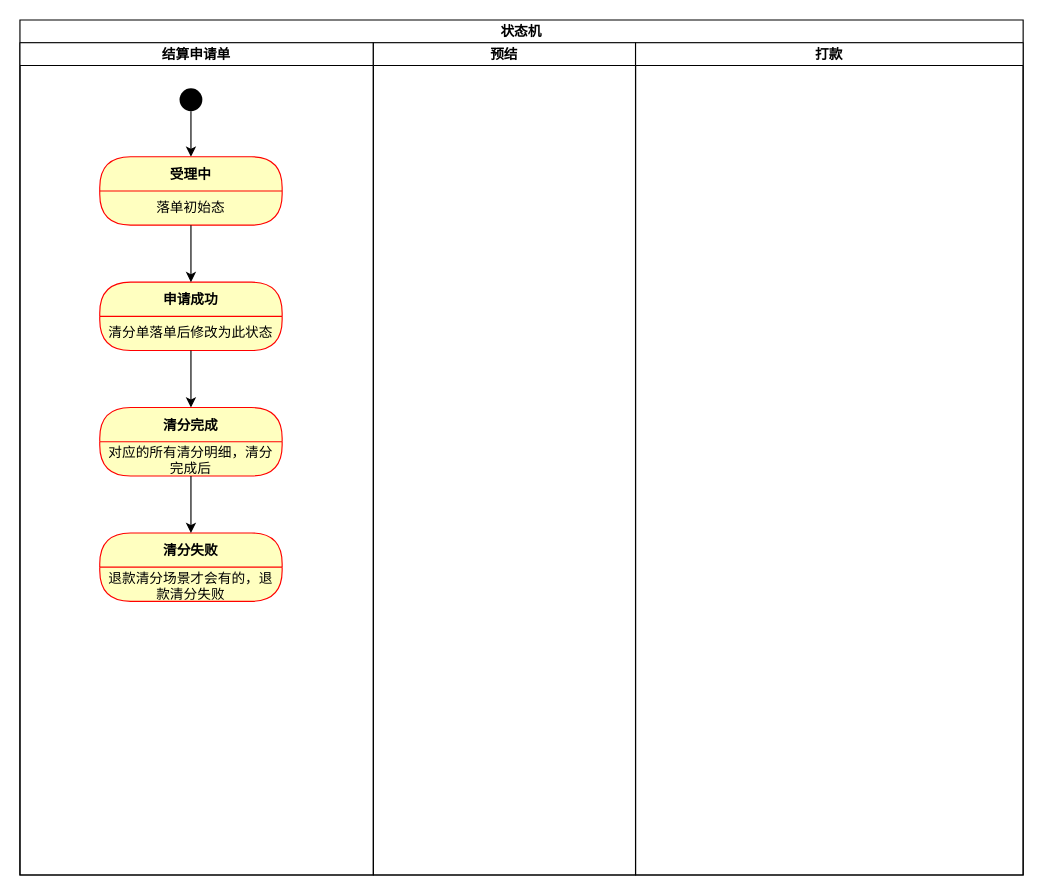
This is merchant-settle/状态机.drawio from DominicElvira/Diagrams, a draw.io file, before an edit. Source tidied: cells renumbered, new cells numbered last; positions are measured from the earlier drawing's top-left corner, leaving out a move shared by most shapes. Both pictures are drawn from the tidied source at 114%, with x=0, y=0 at pixel (19, 19).
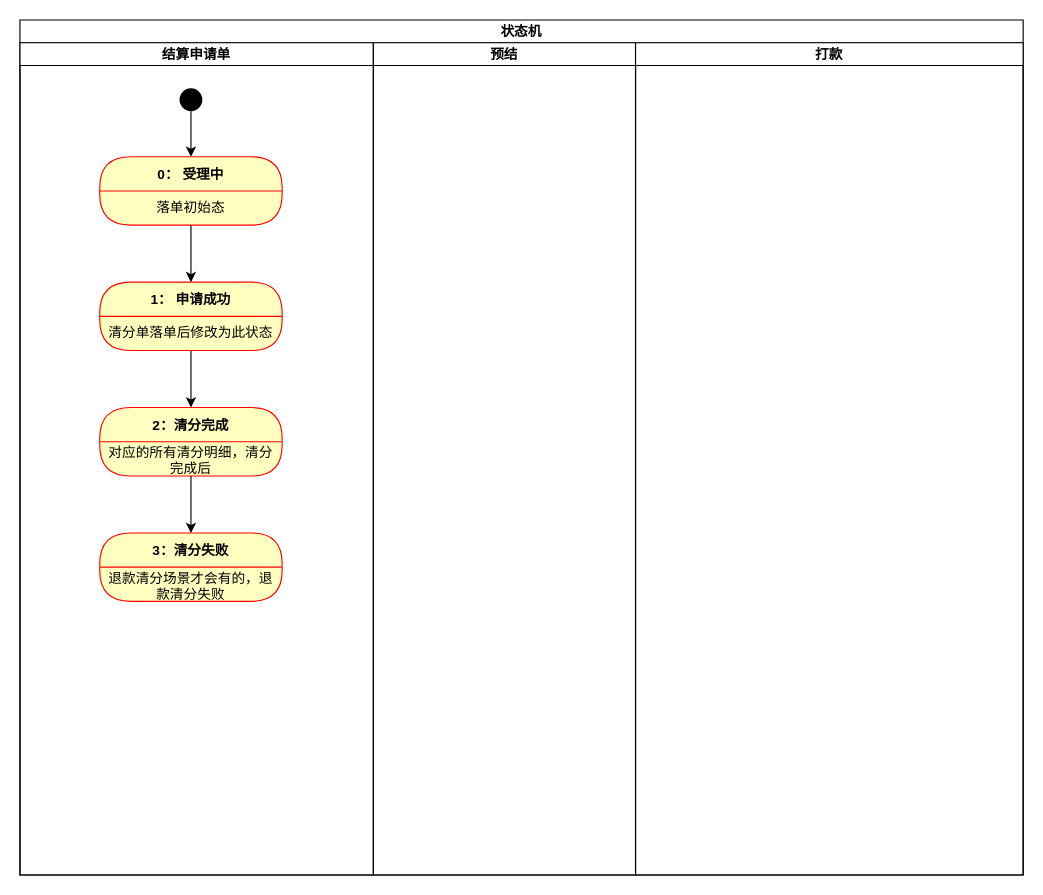
The same page after the edit.

Diff of the diagram source:
```diff
@@
 <mxGraphModel>
   <root>
     <mxCell id="0" />
     <mxCell id="1" parent="0" />
     <mxCell id="2" value="状态机" style="swimlane;startSize=20;" parent="1" vertex="1">
       <mxGeometry width="880" height="750" as="geometry" />
     </mxCell>
     <mxCell id="3" value="结算申请单" style="swimlane;startSize=20;" parent="2" vertex="1">
       <mxGeometry y="20" width="310" height="730" as="geometry" />
     </mxCell>
     <mxCell id="4" style="edgeStyle=orthogonalEdgeStyle;rounded=0;jettySize=auto;html=1;exitX=0.5;exitY=1;exitDx=0;exitDy=0;entryX=0.5;entryY=0;entryDx=0;entryDy=0;" parent="3" edge="1" source="5" target="6">
       <mxGeometry relative="1" as="geometry" />
     </mxCell>
     <mxCell id="5" style="ellipse;fillColor=#000000;strokeColor=none;" parent="3" vertex="1">
       <mxGeometry x="140" y="40" width="20" height="20" as="geometry" />
     </mxCell>
-    <mxCell id="6" value="受理中" style="swimlane;fontStyle=1;align=center;verticalAlign=middle;horizontal=1;startSize=30;fontColor=#000000;rounded=1;arcSize=30;strokeColor=#ff0000;fillColor=#ffffc0;swimlaneFillColor=#ffffc0;" parent="3" vertex="1">
+    <mxCell id="6" value="0： 受理中" style="swimlane;fontStyle=1;align=center;verticalAlign=middle;horizontal=1;startSize=30;fontColor=#000000;rounded=1;arcSize=30;strokeColor=#ff0000;fillColor=#ffffc0;swimlaneFillColor=#ffffc0;" parent="3" vertex="1">
       <mxGeometry x="70" y="100" width="160" height="60" as="geometry" />
     </mxCell>
     <mxCell id="7" value="落单初始态" style="text;html=1;strokeColor=none;fillColor=none;align=center;verticalAlign=middle;spacingLeft=4;spacingRight=4;whiteSpace=wrap;overflow=hidden;fontColor=#000000;" parent="6" vertex="1">
       <mxGeometry y="30" width="160" height="30" as="geometry" />
     </mxCell>
-    <mxCell id="8" value="清分完成" style="swimlane;fontStyle=1;align=center;verticalAlign=middle;horizontal=1;startSize=30;fontColor=#000000;rounded=1;arcSize=30;strokeColor=#ff0000;fillColor=#ffffc0;swimlaneFillColor=#ffffc0;" parent="3" vertex="1">
+    <mxCell id="8" value="2：清分完成" style="swimlane;fontStyle=1;align=center;verticalAlign=middle;horizontal=1;startSize=30;fontColor=#000000;rounded=1;arcSize=30;strokeColor=#ff0000;fillColor=#ffffc0;swimlaneFillColor=#ffffc0;" parent="3" vertex="1">
       <mxGeometry x="70" y="320" width="160" height="60" as="geometry" />
     </mxCell>
     <mxCell id="9" value="对应的所有清分明细，清分完成后" style="text;html=1;strokeColor=none;fillColor=none;align=center;verticalAlign=middle;spacingLeft=4;spacingRight=4;whiteSpace=wrap;overflow=hidden;fontColor=#000000;" parent="8" vertex="1">
       <mxGeometry y="30" width="160" height="30" as="geometry" />
     </mxCell>
-    <mxCell id="10" value="清分失败" style="swimlane;fontStyle=1;align=center;verticalAlign=middle;horizontal=1;startSize=30;fontColor=#000000;rounded=1;arcSize=30;strokeColor=#ff0000;fillColor=#ffffc0;swimlaneFillColor=#ffffc0;" parent="3" vertex="1">
+    <mxCell id="10" value="3：清分失败" style="swimlane;fontStyle=1;align=center;verticalAlign=middle;horizontal=1;startSize=30;fontColor=#000000;rounded=1;arcSize=30;strokeColor=#ff0000;fillColor=#ffffc0;swimlaneFillColor=#ffffc0;" parent="3" vertex="1">
       <mxGeometry x="70" y="430" width="160" height="60" as="geometry" />
     </mxCell>
     <mxCell id="11" value="退款清分场景才会有的，退款清分失败" style="text;html=1;strokeColor=none;fillColor=none;align=center;verticalAlign=middle;spacingLeft=4;spacingRight=4;whiteSpace=wrap;overflow=hidden;fontColor=#000000;" parent="10" vertex="1">
       <mxGeometry y="30" width="160" height="30" as="geometry" />
     </mxCell>
     <mxCell id="12" style="edgeStyle=orthogonalEdgeStyle;rounded=0;jettySize=auto;html=1;exitX=0.5;exitY=1;exitDx=0;exitDy=0;entryX=0.5;entryY=0;entryDx=0;entryDy=0;" parent="3" edge="1" source="9" target="10">
       <mxGeometry relative="1" as="geometry" />
     </mxCell>
     <mxCell id="13" value="预结" style="swimlane;startSize=20;" parent="2" vertex="1">
       <mxGeometry x="310" y="20" width="230" height="730" as="geometry" />
     </mxCell>
     <mxCell id="14" value="打款" style="swimlane;startSize=20;" parent="2" vertex="1">
       <mxGeometry x="540" y="20" width="340" height="730" as="geometry" />
     </mxCell>
-    <mxCell id="15" value="申请成功" style="swimlane;fontStyle=1;align=center;verticalAlign=middle;horizontal=1;startSize=30;fontColor=#000000;rounded=1;arcSize=30;strokeColor=#ff0000;fillColor=#ffffc0;swimlaneFillColor=#ffffc0;" parent="1" vertex="1">
+    <mxCell id="15" value="1： 申请成功" style="swimlane;fontStyle=1;align=center;verticalAlign=middle;horizontal=1;startSize=30;fontColor=#000000;rounded=1;arcSize=30;strokeColor=#ff0000;fillColor=#ffffc0;swimlaneFillColor=#ffffc0;" parent="1" vertex="1">
       <mxGeometry x="70" y="230" width="160" height="60" as="geometry" />
     </mxCell>
     <mxCell id="16" value="清分单落单后修改为此状态" style="text;html=1;strokeColor=none;fillColor=none;align=center;verticalAlign=middle;spacingLeft=4;spacingRight=4;whiteSpace=wrap;overflow=hidden;fontColor=#000000;" parent="15" vertex="1">
       <mxGeometry y="30" width="160" height="30" as="geometry" />
     </mxCell>
     <mxCell id="17" style="edgeStyle=orthogonalEdgeStyle;rounded=0;jettySize=auto;html=1;exitX=0.5;exitY=1;exitDx=0;exitDy=0;entryX=0.5;entryY=0;entryDx=0;entryDy=0;" parent="1" edge="1" source="7" target="15">
       <mxGeometry relative="1" as="geometry" />
     </mxCell>
     <mxCell id="18" style="edgeStyle=orthogonalEdgeStyle;rounded=0;jettySize=auto;html=1;exitX=0.5;exitY=1;exitDx=0;exitDy=0;entryX=0.5;entryY=0;entryDx=0;entryDy=0;" parent="1" edge="1" source="16" target="8">
       <mxGeometry relative="1" as="geometry" />
     </mxCell>
   </root>
 </mxGraphModel>
```
